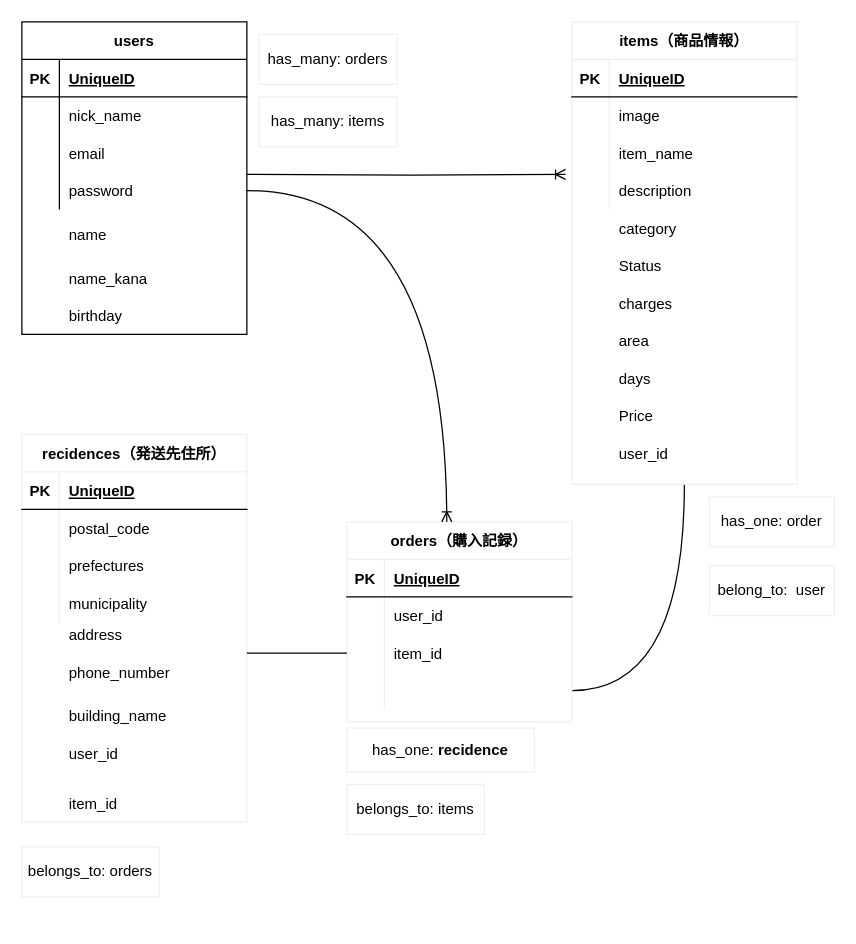
keisuke0527/furima-35160 keeps this draw.io diagram as test.dio. Above is the earlier version. Source tidied: cells renumbered, new cells numbered last; positions are measured from the earlier drawing's top-left corner, leaving out a move shared by most shapes. Both pictures are drawn from the tidied source at 125%, with x=0, y=0 at pixel (21, 21).
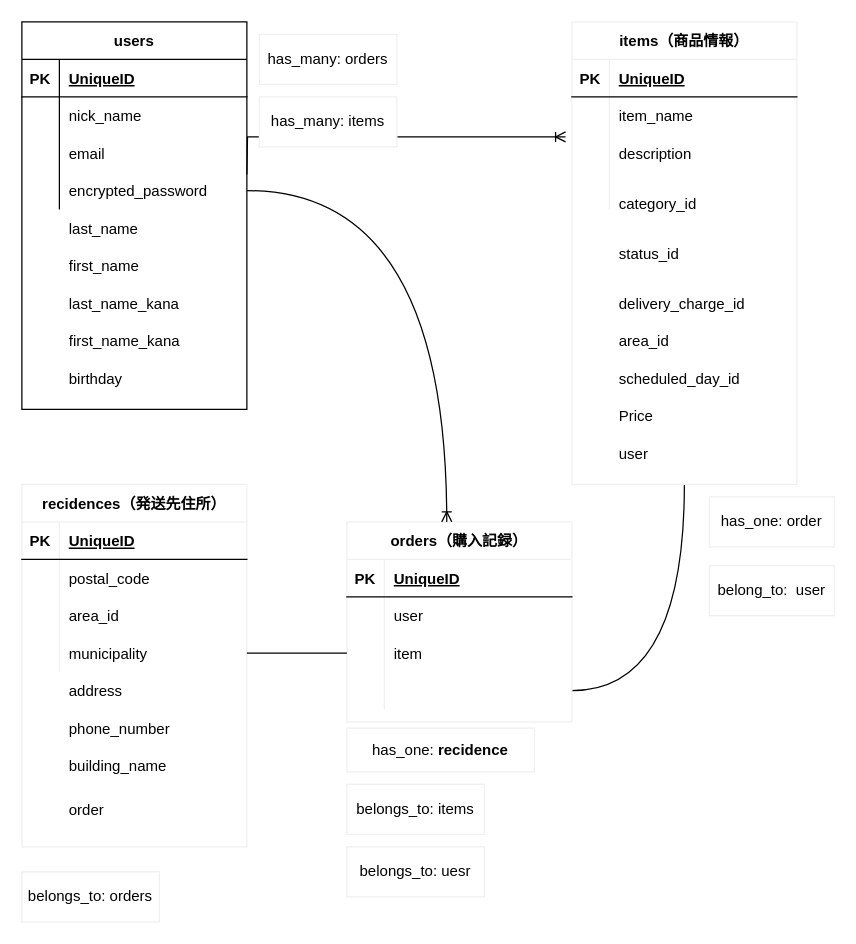
After the change.

Commit message (it also covers changes not shown here):
6回目の編集

The change refers to these unchanged cells:
```xml
<mxCell id="14" style="shape=partialRectangle;fillColor=none;top=0;left=0;bottom=0;right=0;points=[[0,0.5],[1,0.5]];portConstraint=eastwest;" parent="4" vertex="1">
  <mxGeometry y="120" width="180" height="30" as="geometry" />
</mxCell>
<mxCell id="21" value="items（商品情報）" style="shape=table;startSize=30;childLayout=tableLayout;rowLines=0;fontStyle=1;align=center;strokeColor=#f0f0f0;strokeWidth=1;" parent="1" vertex="1">
  <mxGeometry x="440" width="180" height="370" as="geometry" />
</mxCell>
<mxCell id="25" style="shape=partialRectangle;fillColor=none;top=0;left=0;bottom=0;right=0;" parent="21" vertex="1">
  <mxGeometry y="60" width="180" height="30" as="geometry" />
</mxCell>
<mxCell id="47" style="shape=partialRectangle;fillColor=none;top=0;left=0;bottom=0;right=0;" parent="40" vertex="1">
  <mxGeometry y="90" width="180" height="30" as="geometry" />
</mxCell>
<mxCell id="59" style="shape=partialRectangle;fillColor=none;top=0;left=0;bottom=0;right=0;" parent="55" vertex="1">
  <mxGeometry y="60" width="180" height="30" as="geometry" />
</mxCell>
<mxCell id="62" style="shape=partialRectangle;fillColor=none;top=0;left=0;bottom=0;right=0;points=[[0,0.5],[1,0.5]];portConstraint=eastwest;" parent="55" vertex="1">
  <mxGeometry y="90" width="180" height="30" as="geometry" />
</mxCell>
```

What changed in the source:
```diff
@@
     <mxCell id="4" value="users" style="shape=table;startSize=30;childLayout=tableLayout;rowLines=0;fontStyle=1;align=center;" parent="1" vertex="1">
-      <mxGeometry width="180" height="250" as="geometry" />
+      <mxGeometry width="180" height="310" as="geometry" />
     </mxCell>
@@
-    <mxCell id="16" value="password" style="shape=partialRectangle;fillColor=none;top=0;left=0;bottom=0;right=0;align=left;spacingLeft=6;overflow=hidden;" parent="14" vertex="1">
+    <mxCell id="16" value="encrypted_password" style="shape=partialRectangle;fillColor=none;top=0;left=0;bottom=0;right=0;align=left;spacingLeft=6;overflow=hidden;" parent="14" vertex="1">
       <mxGeometry x="30" width="150" height="30" as="geometry" />
     </mxCell>
-    <mxCell id="17" value="name" style="shape=partialRectangle;fillColor=none;top=0;left=0;bottom=0;right=0;align=left;spacingLeft=6;overflow=hidden;" parent="1" vertex="1">
-      <mxGeometry x="30" y="155" width="150" height="30" as="geometry" />
+    <mxCell id="17" value="last_name" style="shape=partialRectangle;fillColor=none;top=0;left=0;bottom=0;right=0;align=left;spacingLeft=6;overflow=hidden;" parent="1" vertex="1">
+      <mxGeometry x="30" y="150" width="150" height="30" as="geometry" />
     </mxCell>
-    <mxCell id="18" value="name_kana" style="shape=partialRectangle;fillColor=none;top=0;left=0;bottom=0;right=0;align=left;spacingLeft=6;overflow=hidden;" parent="1" vertex="1">
-      <mxGeometry x="30" y="190" width="150" height="30" as="geometry" />
+    <mxCell id="18" value="first_name" style="shape=partialRectangle;fillColor=none;top=0;left=0;bottom=0;right=0;align=left;spacingLeft=6;overflow=hidden;" parent="1" vertex="1">
+      <mxGeometry x="30" y="180" width="150" height="30" as="geometry" />
     </mxCell>
-    <mxCell id="19" value="birthday" style="shape=partialRectangle;fillColor=none;top=0;left=0;bottom=0;right=0;align=left;spacingLeft=6;overflow=hidden;" parent="1" vertex="1">
-      <mxGeometry x="30" y="220" width="150" height="30" as="geometry" />
+    <mxCell id="19" value="last_name_kana" style="shape=partialRectangle;fillColor=none;top=0;left=0;bottom=0;right=0;align=left;spacingLeft=6;overflow=hidden;" parent="1" vertex="1">
+      <mxGeometry x="30" y="210" width="150" height="30" as="geometry" />
     </mxCell>
@@
-    <mxCell id="27" value="image" style="shape=partialRectangle;fillColor=none;top=0;left=0;bottom=0;right=0;align=left;spacingLeft=6;overflow=hidden;" parent="25" vertex="1">
+    <mxCell id="27" value="item_name" style="shape=partialRectangle;fillColor=none;top=0;left=0;bottom=0;right=0;align=left;spacingLeft=6;overflow=hidden;" parent="25" vertex="1">
       <mxGeometry x="30" width="150" height="30" as="geometry" />
     </mxCell>
+    <mxCell id="31" style="shape=partialRectangle;fillColor=none;top=0;left=0;bottom=0;right=0;points=[[0,0.5],[1,0.5]];portConstraint=eastwest;" parent="21" vertex="1">
+      <mxGeometry y="90" width="180" height="30" as="geometry" />
+    </mxCell>
+    <mxCell id="32" style="shape=partialRectangle;fillColor=none;top=0;left=0;bottom=0;right=0;overflow=hidden;" parent="31" vertex="1">
+      <mxGeometry width="30" height="30" as="geometry" />
+    </mxCell>
+    <mxCell id="33" value="description" style="shape=partialRectangle;fillColor=none;top=0;left=0;bottom=0;right=0;align=left;spacingLeft=6;overflow=hidden;" parent="31" vertex="1">
+      <mxGeometry x="30" width="150" height="30" as="geometry" />
+    </mxCell>
     <mxCell id="28" style="shape=partialRectangle;fillColor=none;top=0;left=0;bottom=0;right=0;" parent="21" vertex="1">
-      <mxGeometry y="90" width="180" height="30" as="geometry" />
+      <mxGeometry y="120" width="180" height="30" as="geometry" />
     </mxCell>
@@
-    <mxCell id="30" value="item_name" style="shape=partialRectangle;fillColor=none;top=0;left=0;bottom=0;right=0;align=left;spacingLeft=6;overflow=hidden;" parent="28" vertex="1">
+    <mxCell id="30" style="shape=partialRectangle;fillColor=none;top=0;left=0;bottom=0;right=0;align=left;spacingLeft=6;overflow=hidden;" parent="28" vertex="1">
       <mxGeometry x="30" width="150" height="30" as="geometry" />
     </mxCell>
-    <mxCell id="31" style="shape=partialRectangle;fillColor=none;top=0;left=0;bottom=0;right=0;points=[[0,0.5],[1,0.5]];portConstraint=eastwest;" parent="21" vertex="1">
-      <mxGeometry y="120" width="180" height="30" as="geometry" />
-    </mxCell>
-    <mxCell id="32" style="shape=partialRectangle;fillColor=none;top=0;left=0;bottom=0;right=0;overflow=hidden;" parent="31" vertex="1">
-      <mxGeometry width="30" height="30" as="geometry" />
-    </mxCell>
-    <mxCell id="33" value="description" style="shape=partialRectangle;fillColor=none;top=0;left=0;bottom=0;right=0;align=left;spacingLeft=6;overflow=hidden;" parent="31" vertex="1">
-      <mxGeometry x="30" width="150" height="30" as="geometry" />
-    </mxCell>
-    <mxCell id="34" value="category" style="shape=partialRectangle;fillColor=none;top=0;left=0;bottom=0;right=0;align=left;spacingLeft=6;overflow=hidden;" parent="1" vertex="1">
-      <mxGeometry x="470" y="150" width="150" height="30" as="geometry" />
+    <mxCell id="34" value="category_id" style="shape=partialRectangle;fillColor=none;top=0;left=0;bottom=0;right=0;align=left;spacingLeft=6;overflow=hidden;" parent="1" vertex="1">
+      <mxGeometry x="470" y="130" width="150" height="30" as="geometry" />
     </mxCell>
-    <mxCell id="35" value="Status" style="shape=partialRectangle;fillColor=none;top=0;left=0;bottom=0;right=0;align=left;spacingLeft=6;overflow=hidden;" parent="1" vertex="1">
-      <mxGeometry x="470" y="180" width="150" height="30" as="geometry" />
+    <mxCell id="35" value="status_id" style="shape=partialRectangle;fillColor=none;top=0;left=0;bottom=0;right=0;align=left;spacingLeft=6;overflow=hidden;" parent="1" vertex="1">
+      <mxGeometry x="470" y="170" width="150" height="30" as="geometry" />
     </mxCell>
-    <mxCell id="36" value="charges" style="shape=partialRectangle;fillColor=none;top=0;left=0;bottom=0;right=0;align=left;spacingLeft=6;overflow=hidden;" parent="1" vertex="1">
+    <mxCell id="36" value="delivery_charge_id " style="shape=partialRectangle;fillColor=none;top=0;left=0;bottom=0;right=0;align=left;spacingLeft=6;overflow=hidden;" parent="1" vertex="1">
       <mxGeometry x="470" y="210" width="150" height="30" as="geometry" />
     </mxCell>
-    <mxCell id="37" value="area" style="shape=partialRectangle;fillColor=none;top=0;left=0;bottom=0;right=0;align=left;spacingLeft=6;overflow=hidden;" parent="1" vertex="1">
+    <mxCell id="37" value="area_id" style="shape=partialRectangle;fillColor=none;top=0;left=0;bottom=0;right=0;align=left;spacingLeft=6;overflow=hidden;" parent="1" vertex="1">
       <mxGeometry x="470" y="240" width="150" height="30" as="geometry" />
     </mxCell>
-    <mxCell id="38" value="days" style="shape=partialRectangle;fillColor=none;top=0;left=0;bottom=0;right=0;align=left;spacingLeft=6;overflow=hidden;" parent="1" vertex="1">
+    <mxCell id="38" value="scheduled_day_id" style="shape=partialRectangle;fillColor=none;top=0;left=0;bottom=0;right=0;align=left;spacingLeft=6;overflow=hidden;" parent="1" vertex="1">
       <mxGeometry x="470" y="270" width="150" height="30" as="geometry" />
     </mxCell>
@@
     <mxCell id="40" value="recidences（発送先住所）" style="shape=table;startSize=30;childLayout=tableLayout;rowLines=0;fontStyle=1;align=center;strokeColor=#f0f0f0;strokeWidth=1;" parent="1" vertex="1">
-      <mxGeometry y="330" width="180" height="310" as="geometry" />
+      <mxGeometry y="370" width="180" height="290" as="geometry" />
     </mxCell>
@@
-    <mxCell id="49" value="prefectures" style="shape=partialRectangle;fillColor=none;top=0;left=0;bottom=0;right=0;align=left;spacingLeft=6;overflow=hidden;" parent="47" vertex="1">
+    <mxCell id="49" value="area_id" style="shape=partialRectangle;fillColor=none;top=0;left=0;bottom=0;right=0;align=left;spacingLeft=6;overflow=hidden;" parent="47" vertex="1">
       <mxGeometry x="30" width="150" height="30" as="geometry" />
     </mxCell>
@@
     <mxCell id="53" value="address" style="shape=partialRectangle;fillColor=none;top=0;left=0;bottom=0;right=0;align=left;spacingLeft=6;overflow=hidden;" parent="1" vertex="1">
-      <mxGeometry x="30" y="475" width="150" height="30" as="geometry" />
+      <mxGeometry x="30" y="520" width="150" height="30" as="geometry" />
     </mxCell>
     <mxCell id="54" value="building_name" style="shape=partialRectangle;fillColor=none;top=0;left=0;bottom=0;right=0;align=left;spacingLeft=6;overflow=hidden;" parent="1" vertex="1">
-      <mxGeometry x="30" y="540" width="150" height="30" as="geometry" />
+      <mxGeometry x="30" y="580" width="150" height="30" as="geometry" />
     </mxCell>
@@
-    <mxCell id="61" value="user_id" style="shape=partialRectangle;fillColor=none;top=0;left=0;bottom=0;right=0;align=left;spacingLeft=6;overflow=hidden;" parent="59" vertex="1">
+    <mxCell id="61" value="user" style="shape=partialRectangle;fillColor=none;top=0;left=0;bottom=0;right=0;align=left;spacingLeft=6;overflow=hidden;" parent="59" vertex="1">
       <mxGeometry x="30" width="150" height="30" as="geometry" />
     </mxCell>
@@
-    <mxCell id="64" value="item_id" style="shape=partialRectangle;fillColor=none;top=0;left=0;bottom=0;right=0;align=left;spacingLeft=6;overflow=hidden;" parent="62" vertex="1">
+    <mxCell id="64" value="item" style="shape=partialRectangle;fillColor=none;top=0;left=0;bottom=0;right=0;align=left;spacingLeft=6;overflow=hidden;" parent="62" vertex="1">
       <mxGeometry x="30" width="150" height="30" as="geometry" />
     </mxCell>
@@
-    <mxCell id="68" value="user_id" style="shape=partialRectangle;fillColor=none;top=0;left=0;bottom=0;right=0;align=left;spacingLeft=6;overflow=hidden;" parent="1" vertex="1">
-      <mxGeometry x="30" y="570" width="150" height="30" as="geometry" />
-    </mxCell>
-    <mxCell id="69" value="item_id" style="shape=partialRectangle;fillColor=none;top=0;left=0;bottom=0;right=0;align=left;spacingLeft=6;overflow=hidden;" parent="1" vertex="1">
-      <mxGeometry x="30" y="610" width="150" height="30" as="geometry" />
+    <mxCell id="69" value="order" style="shape=partialRectangle;fillColor=none;top=0;left=0;bottom=0;right=0;align=left;spacingLeft=6;overflow=hidden;" parent="1" vertex="1">
+      <mxGeometry x="30" y="615" width="150" height="30" as="geometry" />
     </mxCell>
-    <mxCell id="70" value="user_id" style="shape=partialRectangle;fillColor=none;top=0;left=0;bottom=0;right=0;align=left;spacingLeft=6;overflow=hidden;" parent="1" vertex="1">
+    <mxCell id="70" value="user" style="shape=partialRectangle;fillColor=none;top=0;left=0;bottom=0;right=0;align=left;spacingLeft=6;overflow=hidden;" parent="1" vertex="1">
       <mxGeometry x="470" y="330" width="150" height="30" as="geometry" />
     </mxCell>
@@
     <mxCell id="78" value="belongs_to: orders" style="whiteSpace=wrap;html=1;align=center;strokeColor=#f0f0f0;strokeWidth=1;" parent="1" vertex="1">
-      <mxGeometry y="660" width="110" height="40" as="geometry" />
+      <mxGeometry y="680" width="110" height="40" as="geometry" />
     </mxCell>
@@
     <mxCell id="80" value="phone_number" style="shape=partialRectangle;fillColor=none;top=0;left=0;bottom=0;right=0;align=left;spacingLeft=6;overflow=hidden;" parent="1" vertex="1">
-      <mxGeometry x="30" y="505" width="150" height="30" as="geometry" />
+      <mxGeometry x="30" y="550" width="150" height="30" as="geometry" />
     </mxCell>
+    <mxCell id="81" value="first_name_kana" style="shape=partialRectangle;fillColor=none;top=0;left=0;bottom=0;right=0;align=left;spacingLeft=6;overflow=hidden;" parent="1" vertex="1">
+      <mxGeometry x="30" y="240" width="150" height="30" as="geometry" />
+    </mxCell>
+    <mxCell id="82" value="birthday" style="shape=partialRectangle;fillColor=none;top=0;left=0;bottom=0;right=0;align=left;spacingLeft=6;overflow=hidden;" parent="1" vertex="1">
+      <mxGeometry x="30" y="270" width="150" height="30" as="geometry" />
+    </mxCell>
+    <mxCell id="83" value="belongs_to: uesr" style="whiteSpace=wrap;html=1;align=center;strokeColor=#f0f0f0;strokeWidth=1;" parent="1" vertex="1">
+      <mxGeometry x="260" y="660" width="110" height="40" as="geometry" />
+    </mxCell>
```
